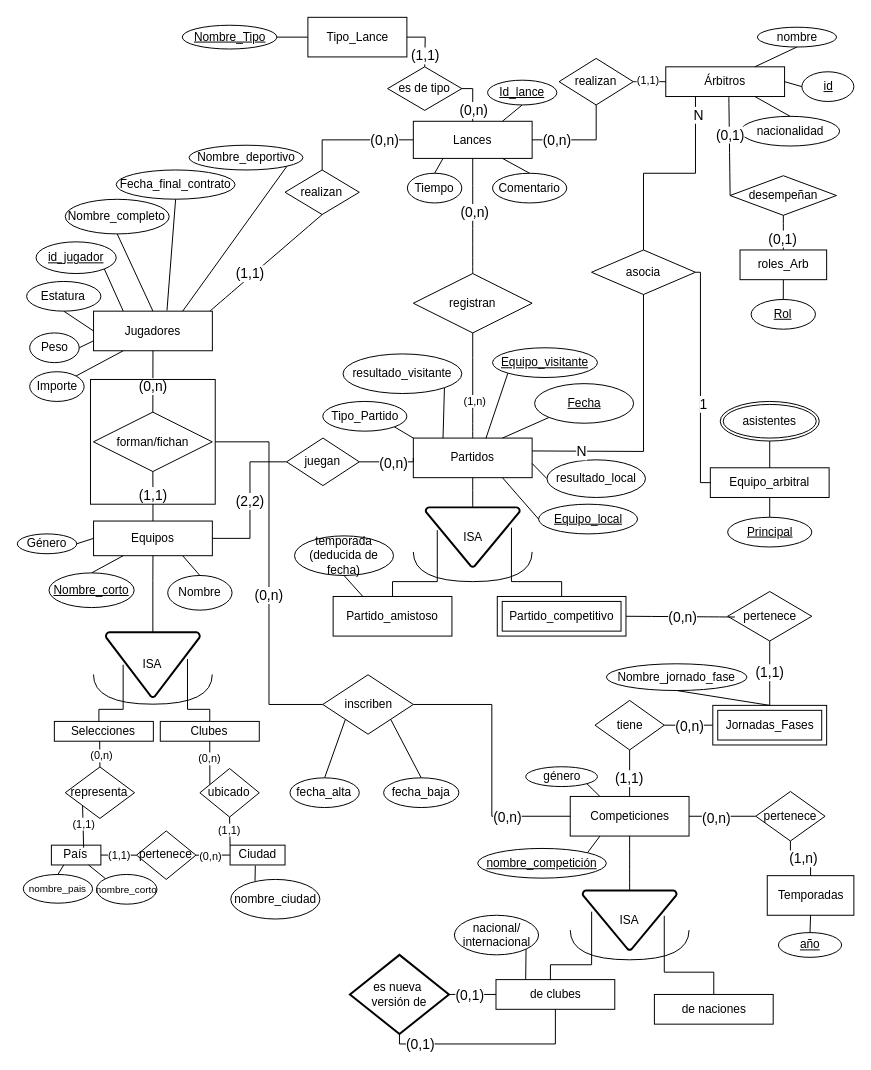
This is page "Page-1" (1 of 2) of BBDD/Diagrama E-R.drawio from aloantony/TrabajosEnGrupoGII-DalilaTony, a draw.io file, before an edit. Source tidied: cells renumbered, new cells numbered last; positions are measured from the earlier drawing's top-left corner, leaving out a move shared by most shapes. Both pictures are drawn from the tidied source at 99%, with x=0, y=0 at pixel (17, 17).
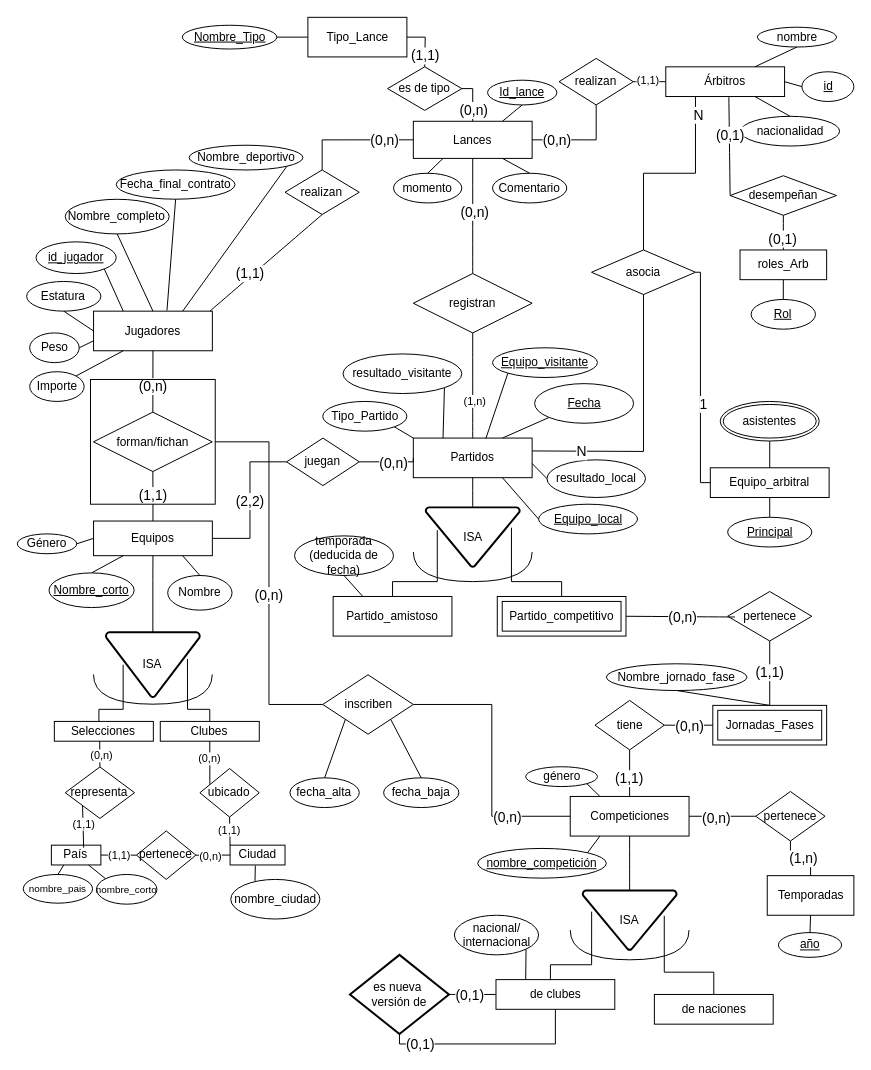
Above is the later version.

Diff of the diagram source:
```diff
@@
-    <mxCell id="17" value="Tiempo" style="ellipse;whiteSpace=wrap;html=1;" parent="1" vertex="1">
-      <mxGeometry x="394" y="157.5" width="55" height="30" as="geometry" />
+    <mxCell id="17" value="momento" style="ellipse;whiteSpace=wrap;html=1;" parent="1" vertex="1">
+      <mxGeometry x="380" y="157.5" width="69" height="30" as="geometry" />
     </mxCell>
```
